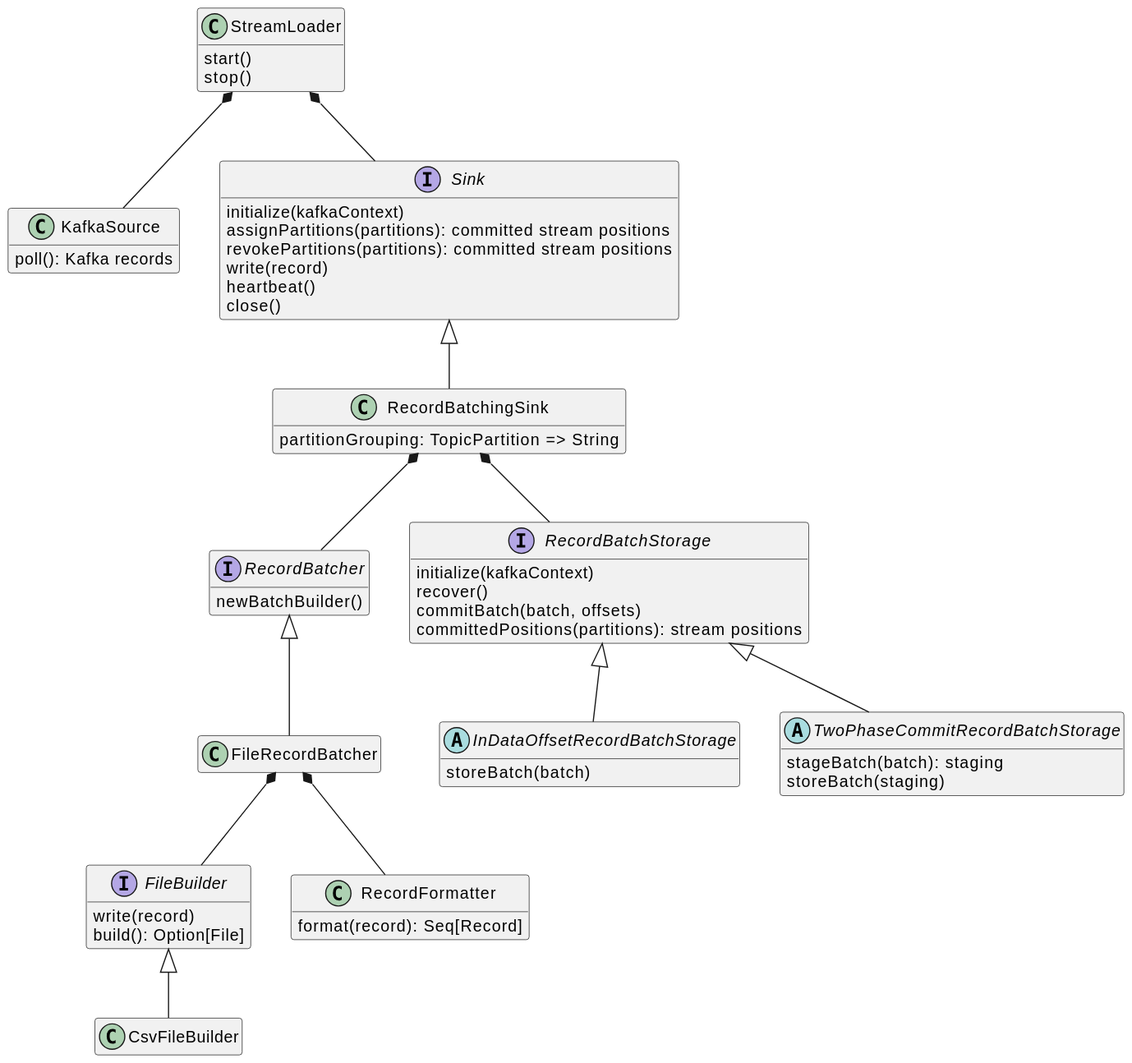
Above: diagrams/core_class_hierarchy.svg in adform/stream-loader (PlantUML), before the change.
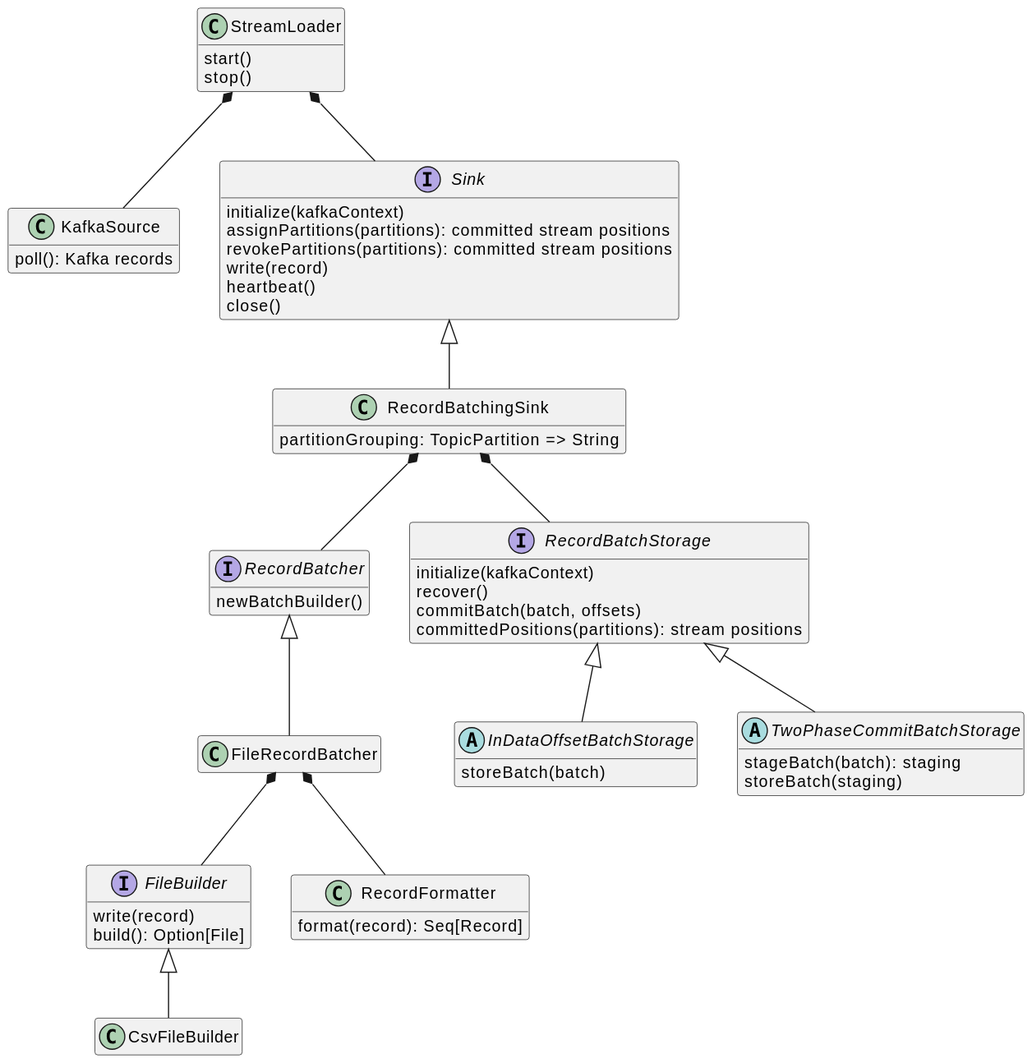
After the commit.

What changed in the source:
```diff
@@ -44,14 +44,14 @@
 RecordBatchingSink *-- RecordBatcher
 RecordBatchingSink *-- RecordBatchStorage
 
-RecordBatchStorage <|-- InDataOffsetRecordBatchStorage
-RecordBatchStorage <|-- TwoPhaseCommitRecordBatchStorage
+RecordBatchStorage <|-- InDataOffsetBatchStorage
+RecordBatchStorage <|-- TwoPhaseCommitBatchStorage
 
-abstract class InDataOffsetRecordBatchStorage [[../com/adform/streamloader/sink/batch/storage/InDataOffsetRecordBatchStorage.html{InDataOffsetRecordBatchStorage}]] {
+abstract class InDataOffsetBatchStorage [[../com/adform/streamloader/sink/batch/storage/InDataOffsetBatchStorage.html{InDataOffsetBatchStorage}]] {
   storeBatch(batch)
 }
 
-abstract class TwoPhaseCommitRecordBatchStorage [[../com/adform/streamloader/sink/batch/storage/TwoPhaseCommitRecordBatchStorage.html{TwoPhaseCommitRecordBatchStorage}]] {
+abstract class TwoPhaseCommitBatchStorage [[../com/adform/streamloader/sink/batch/storage/TwoPhaseCommitBatchStorage.html{TwoPhaseCommitBatchStorage}]] {
   stageBatch(batch): staging
   storeBatch(staging)
 }
```
